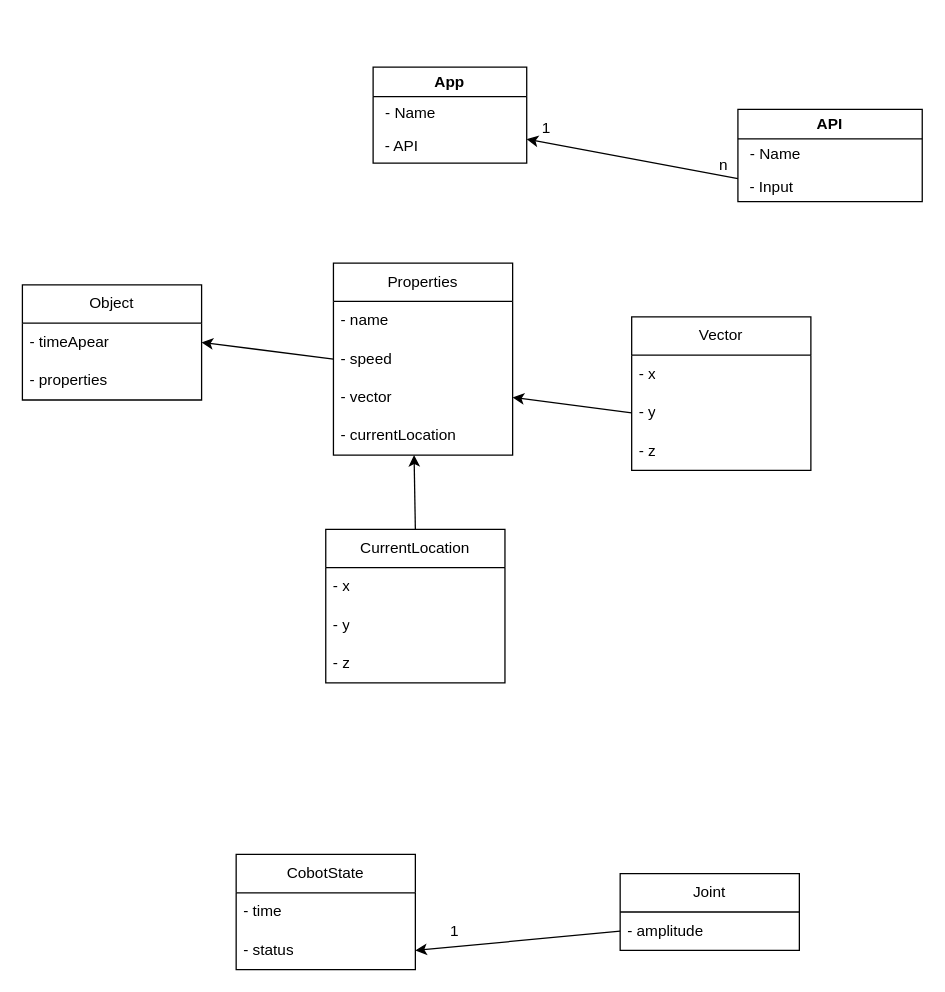
This is page "Trang-7" (6 of 8) of user_diagram.drawio from LTDat-HustK65/GP_main_system, a draw.io file, before an edit. Source tidied: cells renumbered, new cells numbered last; positions are measured from the earlier drawing's top-left corner, leaving out a move shared by most shapes. Both pictures are drawn from the tidied source at 128%, with x=0, y=0 at pixel (22, 67).
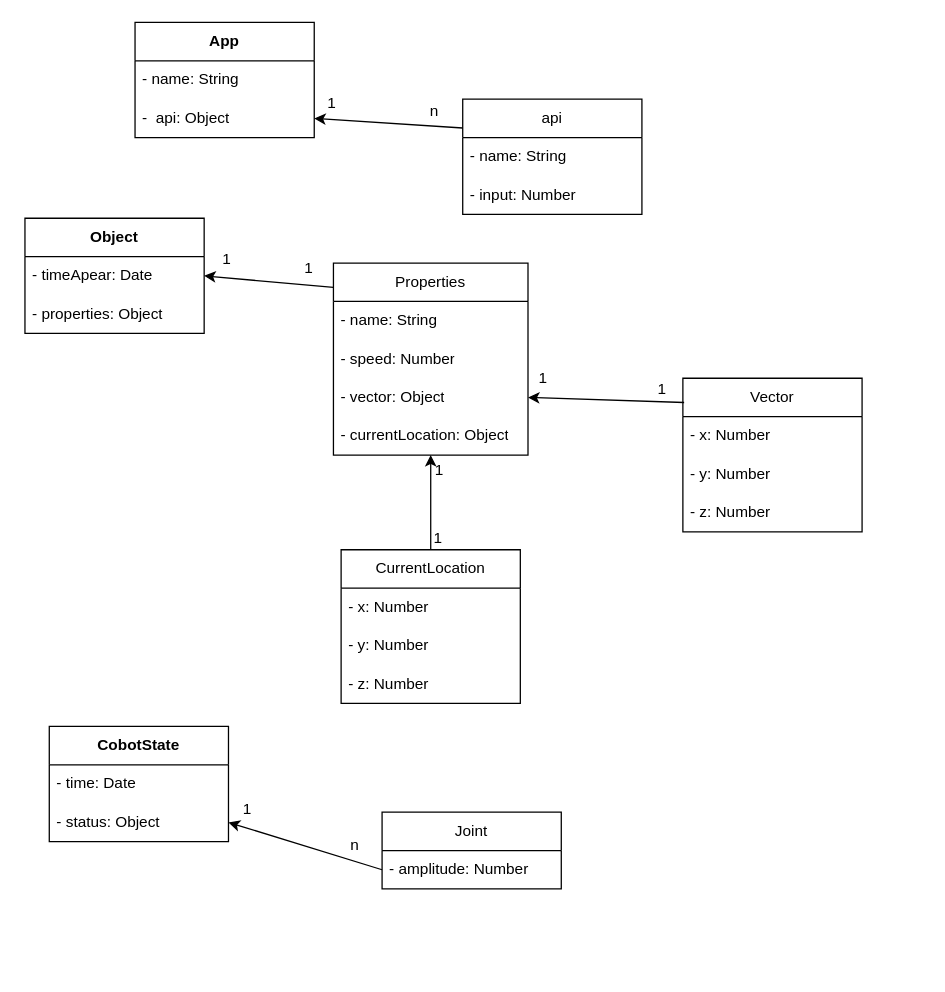
The same page after the edit.

Change to the diagram source:
```diff
@@
-    <mxCell id="2" value="App" style="swimlane;whiteSpace=wrap;html=1;" parent="1" vertex="1">
-      <mxGeometry x="274" width="120" height="75" as="geometry" />
-    </mxCell>
-    <mxCell id="3" value="- API" style="text;html=1;align=center;verticalAlign=middle;strokeColor=none;fillColor=none;" parent="2" vertex="1">
-      <mxGeometry y="49" width="44" height="26" as="geometry" />
-    </mxCell>
-    <mxCell id="4" value="- Name" style="text;html=1;align=center;verticalAlign=middle;strokeColor=none;fillColor=none;" parent="2" vertex="1">
-      <mxGeometry y="23" width="57" height="26" as="geometry" />
-    </mxCell>
-    <mxCell id="5" value="API" style="swimlane;whiteSpace=wrap;html=1;" parent="1" vertex="1">
-      <mxGeometry x="559" y="33" width="144" height="72" as="geometry" />
-    </mxCell>
-    <mxCell id="6" value="- Name" style="text;html=1;align=center;verticalAlign=middle;strokeColor=none;fillColor=none;" parent="5" vertex="1">
-      <mxGeometry y="22" width="57" height="26" as="geometry" />
-    </mxCell>
-    <mxCell id="7" value="- Input" style="text;html=1;align=center;verticalAlign=middle;strokeColor=none;fillColor=none;" parent="5" vertex="1">
-      <mxGeometry y="48" width="52" height="26" as="geometry" />
-    </mxCell>
-    <mxCell id="8" style="endArrow=classic;html=1;rounded=0;exitX=0;exitY=0.75;exitDx=0;exitDy=0;entryX=1;entryY=0.75;entryDx=0;entryDy=0;" parent="1" edge="1" source="5" target="2">
-      <mxGeometry relative="1" as="geometry" />
-    </mxCell>
-    <mxCell id="9" value="1" style="text;html=1;align=center;verticalAlign=middle;whiteSpace=wrap;rounded=0;" parent="1" vertex="1">
-      <mxGeometry x="394" y="38" width="31" height="19" as="geometry" />
-    </mxCell>
-    <mxCell id="10" value="n" style="text;html=1;align=center;verticalAlign=middle;whiteSpace=wrap;rounded=0;" parent="1" vertex="1">
-      <mxGeometry x="533" y="66" width="30" height="21" as="geometry" />
-    </mxCell>
-    <mxCell id="11" value="Object" style="swimlane;fontStyle=0;horizontal=1;startSize=30;whiteSpace=wrap;html=1;" parent="1" vertex="1">
-      <mxGeometry y="170" width="140" height="90" as="geometry" />
+    <mxCell id="11" value="&lt;b&gt;Object&lt;/b&gt;" style="swimlane;fontStyle=0;horizontal=1;startSize=30;whiteSpace=wrap;html=1;" parent="1" vertex="1">
+      <mxGeometry x="2" y="118" width="140" height="90" as="geometry" />
     </mxCell>
-    <mxCell id="12" value="-&amp;nbsp;timeApear" style="text;strokeColor=none;fillColor=none;align=left;verticalAlign=middle;spacingLeft=4;spacingRight=4;overflow=hidden;points=[[0,0.5],[1,0.5]];portConstraint=eastwest;whiteSpace=wrap;html=1;" parent="11" vertex="1">
+    <mxCell id="12" value="- timeApear: Date" style="text;strokeColor=none;fillColor=none;align=left;verticalAlign=middle;spacingLeft=4;spacingRight=4;overflow=hidden;points=[[0,0.5],[1,0.5]];portConstraint=eastwest;whiteSpace=wrap;html=1;" parent="11" vertex="1">
       <mxGeometry y="30" width="140" height="30" as="geometry" />
     </mxCell>
-    <mxCell id="13" value="-&amp;nbsp;properties" style="text;strokeColor=none;fillColor=none;align=left;verticalAlign=middle;spacingLeft=4;spacingRight=4;overflow=hidden;whiteSpace=wrap;html=1;" parent="11" vertex="1">
+    <mxCell id="13" value="-&amp;nbsp;properties: Object" style="text;strokeColor=none;fillColor=none;align=left;verticalAlign=middle;spacingLeft=4;spacingRight=4;overflow=hidden;whiteSpace=wrap;html=1;" parent="11" vertex="1">
       <mxGeometry y="60" width="140" height="30" as="geometry" />
     </mxCell>
     <mxCell id="14" value="Properties" style="swimlane;fontStyle=0;horizontal=1;startSize=30;whiteSpace=wrap;html=1;" parent="1" vertex="1">
-      <mxGeometry x="243" y="153" width="140" height="150" as="geometry" />
+      <mxGeometry x="243" y="153" width="152" height="150" as="geometry" />
     </mxCell>
-    <mxCell id="15" value="- name" style="text;strokeColor=none;fillColor=none;align=left;verticalAlign=middle;spacingLeft=4;spacingRight=4;overflow=hidden;whiteSpace=wrap;html=1;" parent="14" vertex="1">
-      <mxGeometry y="30" width="140" height="30" as="geometry" />
+    <mxCell id="15" value="- name: String" style="text;strokeColor=none;fillColor=none;align=left;verticalAlign=middle;spacingLeft=4;spacingRight=4;overflow=hidden;whiteSpace=wrap;html=1;" parent="14" vertex="1">
+      <mxGeometry y="30" width="152" height="30" as="geometry" />
     </mxCell>
-    <mxCell id="16" value="-&amp;nbsp;speed" style="text;strokeColor=none;fillColor=none;align=left;verticalAlign=middle;spacingLeft=4;spacingRight=4;overflow=hidden;points=[[0,0.5],[1,0.5]];portConstraint=eastwest;whiteSpace=wrap;html=1;" parent="14" vertex="1">
-      <mxGeometry y="60" width="140" height="30" as="geometry" />
+    <mxCell id="16" value="-&amp;nbsp;speed: Number" style="text;strokeColor=none;fillColor=none;align=left;verticalAlign=middle;spacingLeft=4;spacingRight=4;overflow=hidden;points=[[0,0.5],[1,0.5]];portConstraint=eastwest;whiteSpace=wrap;html=1;" parent="14" vertex="1">
+      <mxGeometry y="60" width="152" height="30" as="geometry" />
     </mxCell>
-    <mxCell id="17" value="-&amp;nbsp;vector" style="text;strokeColor=none;fillColor=none;align=left;verticalAlign=middle;spacingLeft=4;spacingRight=4;overflow=hidden;points=[[0,0.5],[1,0.5]];portConstraint=eastwest;whiteSpace=wrap;html=1;" parent="14" vertex="1">
-      <mxGeometry y="90" width="140" height="30" as="geometry" />
+    <mxCell id="17" value="-&amp;nbsp;vector: Object" style="text;strokeColor=none;fillColor=none;align=left;verticalAlign=middle;spacingLeft=4;spacingRight=4;overflow=hidden;points=[[0,0.5],[1,0.5]];portConstraint=eastwest;whiteSpace=wrap;html=1;" parent="14" vertex="1">
+      <mxGeometry y="90" width="152" height="30" as="geometry" />
     </mxCell>
-    <mxCell id="18" value="-&amp;nbsp;currentLocation" style="text;strokeColor=none;fillColor=none;align=left;verticalAlign=middle;spacingLeft=4;spacingRight=4;overflow=hidden;points=[[0,0.5],[1,0.5]];portConstraint=eastwest;whiteSpace=wrap;html=1;" parent="14" vertex="1">
-      <mxGeometry y="120" width="140" height="30" as="geometry" />
+    <mxCell id="18" value="-&amp;nbsp;currentLocation: Object" style="text;strokeColor=none;fillColor=none;align=left;verticalAlign=middle;spacingLeft=4;spacingRight=4;overflow=hidden;points=[[0,0.5],[1,0.5]];portConstraint=eastwest;whiteSpace=wrap;html=1;" parent="14" vertex="1">
+      <mxGeometry y="120" width="152" height="30" as="geometry" />
     </mxCell>
     <mxCell id="19" value="Vector" style="swimlane;fontStyle=0;horizontal=1;startSize=30;whiteSpace=wrap;html=1;" parent="1" vertex="1">
-      <mxGeometry x="476" y="195" width="140" height="120" as="geometry" />
+      <mxGeometry x="516" y="243" width="140" height="120" as="geometry" />
     </mxCell>
-    <mxCell id="20" value="- x" style="text;strokeColor=none;fillColor=none;align=left;verticalAlign=middle;spacingLeft=4;spacingRight=4;overflow=hidden;whiteSpace=wrap;html=1;" parent="19" vertex="1">
+    <mxCell id="20" value="- x: Number" style="text;strokeColor=none;fillColor=none;align=left;verticalAlign=middle;spacingLeft=4;spacingRight=4;overflow=hidden;whiteSpace=wrap;html=1;" parent="19" vertex="1">
       <mxGeometry y="30" width="140" height="30" as="geometry" />
     </mxCell>
-    <mxCell id="21" value="- y" style="text;strokeColor=none;fillColor=none;align=left;verticalAlign=middle;spacingLeft=4;spacingRight=4;overflow=hidden;points=[[0,0.5],[1,0.5]];portConstraint=eastwest;whiteSpace=wrap;html=1;" parent="19" vertex="1">
+    <mxCell id="21" value="- y: Number" style="text;strokeColor=none;fillColor=none;align=left;verticalAlign=middle;spacingLeft=4;spacingRight=4;overflow=hidden;points=[[0,0.5],[1,0.5]];portConstraint=eastwest;whiteSpace=wrap;html=1;" parent="19" vertex="1">
       <mxGeometry y="60" width="140" height="30" as="geometry" />
     </mxCell>
-    <mxCell id="22" value="- z" style="text;strokeColor=none;fillColor=none;align=left;verticalAlign=middle;spacingLeft=4;spacingRight=4;overflow=hidden;whiteSpace=wrap;html=1;" parent="19" vertex="1">
+    <mxCell id="22" value="- z: Number" style="text;strokeColor=none;fillColor=none;align=left;verticalAlign=middle;spacingLeft=4;spacingRight=4;overflow=hidden;whiteSpace=wrap;html=1;" parent="19" vertex="1">
       <mxGeometry y="90" width="140" height="30" as="geometry" />
     </mxCell>
     <mxCell id="23" value="CurrentLocation" style="swimlane;fontStyle=0;horizontal=1;startSize=30;whiteSpace=wrap;html=1;" parent="1" vertex="1">
-      <mxGeometry x="237" y="361" width="140" height="120" as="geometry" />
+      <mxGeometry x="249" y="377" width="140" height="120" as="geometry" />
     </mxCell>
-    <mxCell id="24" value="- x" style="text;strokeColor=none;fillColor=none;align=left;verticalAlign=middle;spacingLeft=4;spacingRight=4;overflow=hidden;whiteSpace=wrap;html=1;" parent="23" vertex="1">
+    <mxCell id="24" value="- x: Number" style="text;strokeColor=none;fillColor=none;align=left;verticalAlign=middle;spacingLeft=4;spacingRight=4;overflow=hidden;whiteSpace=wrap;html=1;" parent="23" vertex="1">
       <mxGeometry y="30" width="140" height="30" as="geometry" />
     </mxCell>
-    <mxCell id="25" value="- y" style="text;strokeColor=none;fillColor=none;align=left;verticalAlign=middle;spacingLeft=4;spacingRight=4;overflow=hidden;whiteSpace=wrap;html=1;" parent="23" vertex="1">
+    <mxCell id="25" value="- y: Number" style="text;strokeColor=none;fillColor=none;align=left;verticalAlign=middle;spacingLeft=4;spacingRight=4;overflow=hidden;whiteSpace=wrap;html=1;" parent="23" vertex="1">
       <mxGeometry y="60" width="140" height="30" as="geometry" />
     </mxCell>
-    <mxCell id="26" value="- z" style="text;strokeColor=none;fillColor=none;align=left;verticalAlign=middle;spacingLeft=4;spacingRight=4;overflow=hidden;whiteSpace=wrap;html=1;" parent="23" vertex="1">
+    <mxCell id="26" value="- z: Number" style="text;strokeColor=none;fillColor=none;align=left;verticalAlign=middle;spacingLeft=4;spacingRight=4;overflow=hidden;whiteSpace=wrap;html=1;" parent="23" vertex="1">
       <mxGeometry y="90" width="140" height="30" as="geometry" />
     </mxCell>
-    <mxCell id="27" style="endArrow=classic;html=1;rounded=0;exitX=0;exitY=0.5;exitDx=0;exitDy=0;entryX=1;entryY=0.5;entryDx=0;entryDy=0;" parent="1" edge="1" source="16" target="12">
+    <mxCell id="27" style="endArrow=classic;html=1;rounded=0;exitX=0;exitY=0.127;exitDx=0;exitDy=0;entryX=1;entryY=0.5;entryDx=0;entryDy=0;exitPerimeter=0;" parent="1" edge="1" source="14" target="12">
       <mxGeometry relative="1" as="geometry" />
     </mxCell>
-    <mxCell id="28" style="endArrow=classic;html=1;rounded=0;exitX=0;exitY=0.5;exitDx=0;exitDy=0;entryX=1;entryY=0.5;entryDx=0;entryDy=0;" parent="1" edge="1" source="21" target="17">
+    <mxCell id="28" style="endArrow=classic;html=1;rounded=0;exitX=0.007;exitY=0.158;exitDx=0;exitDy=0;entryX=1;entryY=0.5;entryDx=0;entryDy=0;exitPerimeter=0;" parent="1" edge="1" source="19" target="17">
       <mxGeometry relative="1" as="geometry" />
     </mxCell>
-    <mxCell id="29" style="endArrow=classic;html=1;rounded=0;exitX=0.5;exitY=0;exitDx=0;exitDy=0;entryX=0.45;entryY=1;entryDx=0;entryDy=0;entryPerimeter=0;" parent="1" edge="1" source="23" target="18">
+    <mxCell id="29" style="endArrow=classic;html=1;rounded=0;exitX=0.5;exitY=0;exitDx=0;exitDy=0;entryX=0.5;entryY=1;entryDx=0;entryDy=0;entryPerimeter=0;" parent="1" edge="1" source="23" target="18">
       <mxGeometry relative="1" as="geometry" />
     </mxCell>
-    <mxCell id="30" value="CobotState" style="swimlane;fontStyle=0;horizontal=1;startSize=30;whiteSpace=wrap;html=1;" parent="1" vertex="1">
-      <mxGeometry x="167" y="615" width="140" height="90" as="geometry" />
+    <mxCell id="30" value="&lt;b&gt;CobotState&lt;/b&gt;" style="swimlane;fontStyle=0;horizontal=1;startSize=30;whiteSpace=wrap;html=1;" parent="1" vertex="1">
+      <mxGeometry x="21" y="515" width="140" height="90" as="geometry" />
     </mxCell>
-    <mxCell id="31" value="- time" style="text;strokeColor=none;fillColor=none;align=left;verticalAlign=middle;spacingLeft=4;spacingRight=4;overflow=hidden;whiteSpace=wrap;html=1;" parent="30" vertex="1">
+    <mxCell id="31" value="- time: Date" style="text;strokeColor=none;fillColor=none;align=left;verticalAlign=middle;spacingLeft=4;spacingRight=4;overflow=hidden;whiteSpace=wrap;html=1;" parent="30" vertex="1">
       <mxGeometry y="30" width="140" height="30" as="geometry" />
     </mxCell>
-    <mxCell id="32" value="- status" style="text;strokeColor=none;fillColor=none;align=left;verticalAlign=middle;spacingLeft=4;spacingRight=4;overflow=hidden;points=[[0,0.5],[1,0.5]];portConstraint=eastwest;whiteSpace=wrap;html=1;" parent="30" vertex="1">
+    <mxCell id="32" value="- status: Object" style="text;strokeColor=none;fillColor=none;align=left;verticalAlign=middle;spacingLeft=4;spacingRight=4;overflow=hidden;points=[[0,0.5],[1,0.5]];portConstraint=eastwest;whiteSpace=wrap;html=1;" parent="30" vertex="1">
       <mxGeometry y="60" width="140" height="30" as="geometry" />
     </mxCell>
     <mxCell id="33" value="Joint" style="swimlane;fontStyle=0;horizontal=1;startSize=30;whiteSpace=wrap;html=1;" parent="1" vertex="1">
-      <mxGeometry x="467" y="630" width="140" height="60" as="geometry" />
+      <mxGeometry x="281" y="582" width="140" height="60" as="geometry" />
     </mxCell>
-    <mxCell id="34" value="- amplitude" style="text;strokeColor=none;fillColor=none;align=left;verticalAlign=middle;spacingLeft=4;spacingRight=4;overflow=hidden;points=[[0,0.5],[1,0.5]];portConstraint=eastwest;whiteSpace=wrap;html=1;" parent="33" vertex="1">
+    <mxCell id="34" value="- amplitude: Number" style="text;strokeColor=none;fillColor=none;align=left;verticalAlign=middle;spacingLeft=4;spacingRight=4;overflow=hidden;points=[[0,0.5],[1,0.5]];portConstraint=eastwest;whiteSpace=wrap;html=1;" parent="33" vertex="1">
       <mxGeometry y="30" width="140" height="30" as="geometry" />
     </mxCell>
@@
     <mxCell id="36" value="1" style="text;html=1;align=center;verticalAlign=middle;whiteSpace=wrap;rounded=0;" parent="1" vertex="1">
-      <mxGeometry x="317" y="660" width="42" height="30" as="geometry" />
+      <mxGeometry x="155" y="565" width="42" height="30" as="geometry" />
     </mxCell>
+    <mxCell id="2" value="&lt;b&gt;App&lt;/b&gt;" style="swimlane;fontStyle=0;horizontal=1;startSize=30;whiteSpace=wrap;html=1;" parent="1" vertex="1">
+      <mxGeometry x="88" y="-35" width="140" height="90" as="geometry" />
+    </mxCell>
+    <mxCell id="37" value="- name: String" style="text;strokeColor=none;fillColor=none;align=left;verticalAlign=middle;spacingLeft=4;spacingRight=4;overflow=hidden;whiteSpace=wrap;html=1;" parent="2" vertex="1">
+      <mxGeometry y="30" width="140" height="30" as="geometry" />
+    </mxCell>
+    <mxCell id="38" value="-&amp;nbsp; api: Object" style="text;strokeColor=none;fillColor=none;align=left;verticalAlign=middle;spacingLeft=4;spacingRight=4;overflow=hidden;points=[[0,0.5],[1,0.5]];portConstraint=eastwest;whiteSpace=wrap;html=1;" parent="2" vertex="1">
+      <mxGeometry y="60" width="140" height="30" as="geometry" />
+    </mxCell>
+    <mxCell id="39" value="api" style="swimlane;fontStyle=0;horizontal=1;startSize=30;whiteSpace=wrap;html=1;" parent="1" vertex="1">
+      <mxGeometry x="344" y="25" width="140" height="90" as="geometry" />
+    </mxCell>
+    <mxCell id="40" value="- name: String" style="text;strokeColor=none;fillColor=none;align=left;verticalAlign=middle;spacingLeft=4;spacingRight=4;overflow=hidden;whiteSpace=wrap;html=1;" parent="39" vertex="1">
+      <mxGeometry y="30" width="140" height="30" as="geometry" />
+    </mxCell>
+    <mxCell id="41" value="- input: Number" style="text;strokeColor=none;fillColor=none;align=left;verticalAlign=middle;spacingLeft=4;spacingRight=4;overflow=hidden;whiteSpace=wrap;html=1;" parent="39" vertex="1">
+      <mxGeometry y="60" width="140" height="30" as="geometry" />
+    </mxCell>
+    <mxCell id="42" style="endArrow=classic;html=1;rounded=0;exitX=0;exitY=0.25;exitDx=0;exitDy=0;entryX=1;entryY=0.5;entryDx=0;entryDy=0;" parent="1" edge="1" source="39" target="38">
+      <mxGeometry relative="1" as="geometry" />
+    </mxCell>
+    <mxCell id="43" value="1" style="text;html=1;align=center;verticalAlign=middle;whiteSpace=wrap;rounded=0;" parent="1" vertex="1">
+      <mxGeometry x="212" y="13" width="60" height="30" as="geometry" />
+    </mxCell>
+    <mxCell id="44" value="n" style="text;html=1;align=center;verticalAlign=middle;whiteSpace=wrap;rounded=0;" parent="1" vertex="1">
+      <mxGeometry x="292" y="20" width="60" height="30" as="geometry" />
+    </mxCell>
+    <mxCell id="45" value="1" style="text;html=1;align=center;verticalAlign=middle;whiteSpace=wrap;rounded=0;" parent="1" vertex="1">
+      <mxGeometry x="130" y="135" width="60" height="30" as="geometry" />
+    </mxCell>
+    <mxCell id="46" value="1" style="text;html=1;align=center;verticalAlign=middle;whiteSpace=wrap;rounded=0;" parent="1" vertex="1">
+      <mxGeometry x="194" y="142" width="60" height="30" as="geometry" />
+    </mxCell>
+    <mxCell id="47" value="1" style="text;html=1;align=center;verticalAlign=middle;whiteSpace=wrap;rounded=0;" parent="1" vertex="1">
+      <mxGeometry x="377" y="228" width="60" height="30" as="geometry" />
+    </mxCell>
+    <mxCell id="48" value="1" style="text;html=1;align=center;verticalAlign=middle;whiteSpace=wrap;rounded=0;" parent="1" vertex="1">
+      <mxGeometry x="470" y="237" width="60" height="30" as="geometry" />
+    </mxCell>
+    <mxCell id="49" value="1" style="text;html=1;align=center;verticalAlign=middle;whiteSpace=wrap;rounded=0;" parent="1" vertex="1">
+      <mxGeometry x="296" y="300" width="60" height="30" as="geometry" />
+    </mxCell>
+    <mxCell id="50" value="1" style="text;html=1;align=center;verticalAlign=middle;whiteSpace=wrap;rounded=0;" parent="1" vertex="1">
+      <mxGeometry x="295" y="353" width="60" height="30" as="geometry" />
+    </mxCell>
+    <mxCell id="51" value="n" style="text;html=1;align=center;verticalAlign=middle;whiteSpace=wrap;rounded=0;" parent="1" vertex="1">
+      <mxGeometry x="230" y="593" width="60" height="30" as="geometry" />
+    </mxCell>
```
